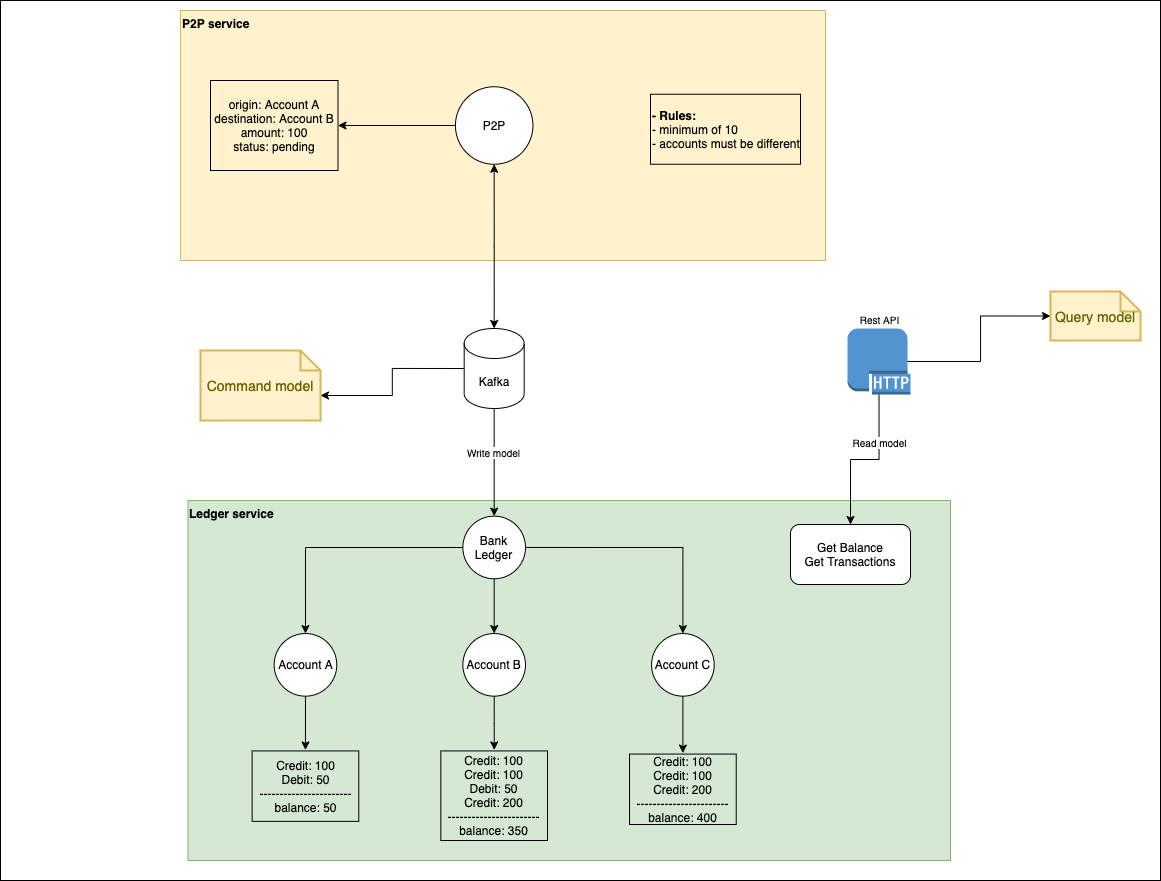
This is docs/architecture.png from emmanuelsilva/akka-money-transfer, a draw.io export, as it was before one commit. Source tidied: cells renumbered, new cells last; positions are measured from the earlier drawing's top-left corner, leaving out a move shared by most shapes. Its diagram source:
```xml
<mxGraphModel>
  <root>
    <mxCell id="0" />
    <mxCell id="1" parent="0" />
    <mxCell id="2" style="rounded=0;whiteSpace=wrap;html=1;fontSize=10;align=left;" parent="1" vertex="1">
      <mxGeometry width="1160" height="880" as="geometry" />
    </mxCell>
    <mxCell id="3" style="group;align=left;" parent="1" vertex="1">
      <mxGeometry x="180" y="10" width="645" height="250" as="geometry" />
    </mxCell>
    <mxCell id="4" value="&lt;b&gt;P2P service&lt;/b&gt;" style="rounded=0;whiteSpace=wrap;html=1;strokeColor=#d6b656;fillColor=#fff2cc;align=left;verticalAlign=top;" parent="3" vertex="1">
      <mxGeometry width="645" height="250" as="geometry" />
    </mxCell>
    <mxCell id="5" style="edgeStyle=orthogonalEdgeStyle;rounded=0;jettySize=auto;html=1;startArrow=none;startFill=0;endArrow=classic;endFill=1;" parent="3" edge="1" source="6" target="7">
      <mxGeometry relative="1" as="geometry" />
    </mxCell>
    <mxCell id="6" value="P2P" style="ellipse;whiteSpace=wrap;html=1;strokeColor=#000000;" parent="3" vertex="1">
      <mxGeometry x="274.9" y="76.2" width="77.5" height="77.5" as="geometry" />
    </mxCell>
    <mxCell id="7" value="origin: Account A&lt;br&gt;destination: Account B&lt;br&gt;amount: 100&lt;br&gt;status: pending" style="text;html=1;fillColor=none;align=center;verticalAlign=middle;whiteSpace=wrap;rounded=0;strokeColor=#000000;" parent="3" vertex="1">
      <mxGeometry x="30" y="70" width="127.5" height="90" as="geometry" />
    </mxCell>
    <mxCell id="8" value="&lt;b&gt;- Rules:&lt;/b&gt;&lt;br&gt;- minimum of 10&lt;br&gt;- accounts must be different" style="text;html=1;fillColor=none;align=left;verticalAlign=middle;whiteSpace=wrap;rounded=0;strokeColor=#000000;" parent="3" vertex="1">
      <mxGeometry x="470" y="83.8" width="150" height="70" as="geometry" />
    </mxCell>
    <mxCell id="9" value="&lt;b&gt;Ledger service&lt;/b&gt;" style="rounded=0;whiteSpace=wrap;html=1;strokeColor=#82b366;fillColor=#d5e8d4;align=left;horizontal=1;verticalAlign=top;" parent="1" vertex="1">
      <mxGeometry x="187.5" y="500" width="762.5" height="360" as="geometry" />
    </mxCell>
    <mxCell id="10" value="Bank Ledger" style="ellipse;whiteSpace=wrap;html=1;" parent="1" vertex="1">
      <mxGeometry x="462.4" y="515.7" width="62.6" height="62.6" as="geometry" />
    </mxCell>
    <mxCell id="11" value="Account A" style="ellipse;whiteSpace=wrap;html=1;" parent="1" vertex="1">
      <mxGeometry x="273.7" y="633" width="62.6" height="62.6" as="geometry" />
    </mxCell>
    <mxCell id="12" style="edgeStyle=orthogonalEdgeStyle;rounded=0;jettySize=auto;html=1;" parent="1" edge="1" source="10" target="11">
      <mxGeometry x="77.5" y="520" as="geometry" />
    </mxCell>
    <mxCell id="13" value="Account B" style="ellipse;whiteSpace=wrap;html=1;" parent="1" vertex="1">
      <mxGeometry x="462.4" y="633" width="62.6" height="62.6" as="geometry" />
    </mxCell>
    <mxCell id="14" style="edgeStyle=orthogonalEdgeStyle;rounded=0;jettySize=auto;html=1;" parent="1" edge="1" source="10" target="13">
      <mxGeometry x="77.5" y="520" as="geometry" />
    </mxCell>
    <mxCell id="15" value="Account C" style="ellipse;whiteSpace=wrap;html=1;" parent="1" vertex="1">
      <mxGeometry x="651.1" y="633" width="62.6" height="62.6" as="geometry" />
    </mxCell>
    <mxCell id="16" style="edgeStyle=orthogonalEdgeStyle;rounded=0;jettySize=auto;html=1;exitX=1;exitY=0.5;exitDx=0;exitDy=0;" parent="1" edge="1" source="10" target="15">
      <mxGeometry x="77.5" y="520" as="geometry" />
    </mxCell>
    <mxCell id="17" value="Credit: 100&lt;br&gt;Debit: 50&lt;br&gt;-----------------------&lt;br&gt;balance: 50" style="text;html=1;fillColor=none;align=center;verticalAlign=middle;whiteSpace=wrap;rounded=0;perimeterSpacing=1;strokeColor=#000000;" parent="1" vertex="1">
      <mxGeometry x="251.6" y="750.4" width="106.7" height="70.4" as="geometry" />
    </mxCell>
    <mxCell id="18" style="edgeStyle=orthogonalEdgeStyle;rounded=0;jettySize=auto;html=1;exitX=0.5;exitY=1;exitDx=0;exitDy=0;entryX=0.5;entryY=0;entryDx=0;entryDy=0;" parent="1" edge="1" source="11" target="17">
      <mxGeometry x="77.5" y="520" as="geometry" />
    </mxCell>
    <mxCell id="19" value="Credit: 100&lt;br&gt;Credit: 100&lt;br&gt;Debit: 50&lt;br&gt;Credit: 200&lt;br&gt;-----------------------&lt;br&gt;balance: 350" style="text;html=1;fillColor=none;align=center;verticalAlign=middle;whiteSpace=wrap;rounded=0;perimeterSpacing=1;strokeColor=#000000;" parent="1" vertex="1">
      <mxGeometry x="440.3" y="750.4" width="106.7" height="89.6" as="geometry" />
    </mxCell>
    <mxCell id="20" style="edgeStyle=orthogonalEdgeStyle;rounded=0;jettySize=auto;html=1;" parent="1" edge="1" source="13" target="19">
      <mxGeometry x="77.5" y="520" as="geometry" />
    </mxCell>
    <mxCell id="21" value="Credit: 100&lt;br&gt;Credit: 100&lt;br&gt;Credit: 200&lt;br&gt;-----------------------&lt;br&gt;balance: 400" style="text;html=1;fillColor=none;align=center;verticalAlign=middle;whiteSpace=wrap;rounded=0;perimeterSpacing=1;strokeColor=#000000;" parent="1" vertex="1">
      <mxGeometry x="629.1" y="753.6" width="106.7" height="70.4" as="geometry" />
    </mxCell>
    <mxCell id="22" style="edgeStyle=orthogonalEdgeStyle;rounded=0;jettySize=auto;html=1;exitX=0.5;exitY=1;exitDx=0;exitDy=0;entryX=0.5;entryY=0;entryDx=0;entryDy=0;" parent="1" edge="1" source="15" target="21">
      <mxGeometry x="77.5" y="520" as="geometry" />
    </mxCell>
    <mxCell id="23" value="Get Balance&lt;br&gt;Get Transactions" style="rounded=1;whiteSpace=wrap;html=1;" parent="1" vertex="1">
      <mxGeometry x="790" y="524" width="120" height="60" as="geometry" />
    </mxCell>
    <mxCell id="24" style="edgeStyle=orthogonalEdgeStyle;rounded=0;jettySize=auto;html=1;entryX=0.5;entryY=0;entryDx=0;entryDy=0;" parent="1" edge="1" source="26" target="10">
      <mxGeometry relative="1" as="geometry" />
    </mxCell>
    <mxCell id="25" value="Write model" style="edgeLabel;html=1;align=center;verticalAlign=middle;fontSize=10;" parent="24" vertex="1">
      <mxGeometry x="-0.18" y="-1" relative="1" as="geometry" />
    </mxCell>
    <mxCell id="26" value="Kafka" style="shape=cylinder3;whiteSpace=wrap;html=1;boundedLbl=1;backgroundOutline=1;size=15;" parent="1" vertex="1">
      <mxGeometry x="463.7" y="328" width="60" height="80" as="geometry" />
    </mxCell>
    <mxCell id="27" style="edgeStyle=orthogonalEdgeStyle;rounded=0;jettySize=auto;html=1;entryX=0.5;entryY=0;entryDx=0;entryDy=0;entryPerimeter=0;fontSize=10;startArrow=classic;startFill=1;" parent="1" edge="1" source="6" target="26">
      <mxGeometry relative="1" as="geometry" />
    </mxCell>
    <mxCell id="28" style="edgeStyle=orthogonalEdgeStyle;rounded=0;jettySize=auto;html=1;entryX=0.5;entryY=0;entryDx=0;entryDy=0;fontSize=10;" parent="1" edge="1" source="30" target="23">
      <mxGeometry relative="1" as="geometry" />
    </mxCell>
    <mxCell id="29" value="Read model" style="edgeLabel;html=1;align=center;verticalAlign=middle;fontSize=10;" parent="28" vertex="1">
      <mxGeometry x="-0.41" relative="1" as="geometry" />
    </mxCell>
    <mxCell id="30" value="Rest API" style="outlineConnect=0;dashed=0;verticalLabelPosition=top;verticalAlign=bottom;align=center;html=1;shape=mxgraph.aws3.http_protocol;fillColor=#5294CF;gradientColor=none;fontSize=10;labelPosition=center;" parent="1" vertex="1">
      <mxGeometry x="847" y="328" width="63" height="66" as="geometry" />
    </mxCell>
    <mxCell id="31" style="edgeStyle=orthogonalEdgeStyle;rounded=0;jettySize=auto;html=1;exitX=0;exitY=0.5;exitDx=0;exitDy=0;exitPerimeter=0;entryX=0.95;entryY=0.5;entryDx=0;entryDy=0;entryPerimeter=0;startArrow=classic;startFill=1;fontSize=10;endArrow=none;endFill=0;" parent="1" edge="1" source="32" target="30">
      <mxGeometry relative="1" as="geometry" />
    </mxCell>
    <mxCell id="32" value="Query model" style="shape=note;strokeWidth=2;fontSize=14;size=20;whiteSpace=wrap;html=1;fillColor=#fff2cc;strokeColor=#d6b656;fontColor=#666600;align=center;" parent="1" vertex="1">
      <mxGeometry x="1050" y="291" width="90" height="49" as="geometry" />
    </mxCell>
    <mxCell id="33" style="edgeStyle=orthogonalEdgeStyle;rounded=0;jettySize=auto;html=1;exitX=0;exitY=0;exitDx=120;exitDy=45;exitPerimeter=0;entryX=0;entryY=0.5;entryDx=0;entryDy=0;entryPerimeter=0;startArrow=classic;startFill=1;endArrow=none;endFill=0;fontSize=10;" parent="1" edge="1" source="34" target="26">
      <mxGeometry relative="1" as="geometry" />
    </mxCell>
    <mxCell id="34" value="Command model" style="shape=note;strokeWidth=2;fontSize=14;size=20;whiteSpace=wrap;html=1;fillColor=#fff2cc;strokeColor=#d6b656;fontColor=#666600;align=center;" parent="1" vertex="1">
      <mxGeometry x="200" y="350" width="120" height="70" as="geometry" />
    </mxCell>
  </root>
</mxGraphModel>
```
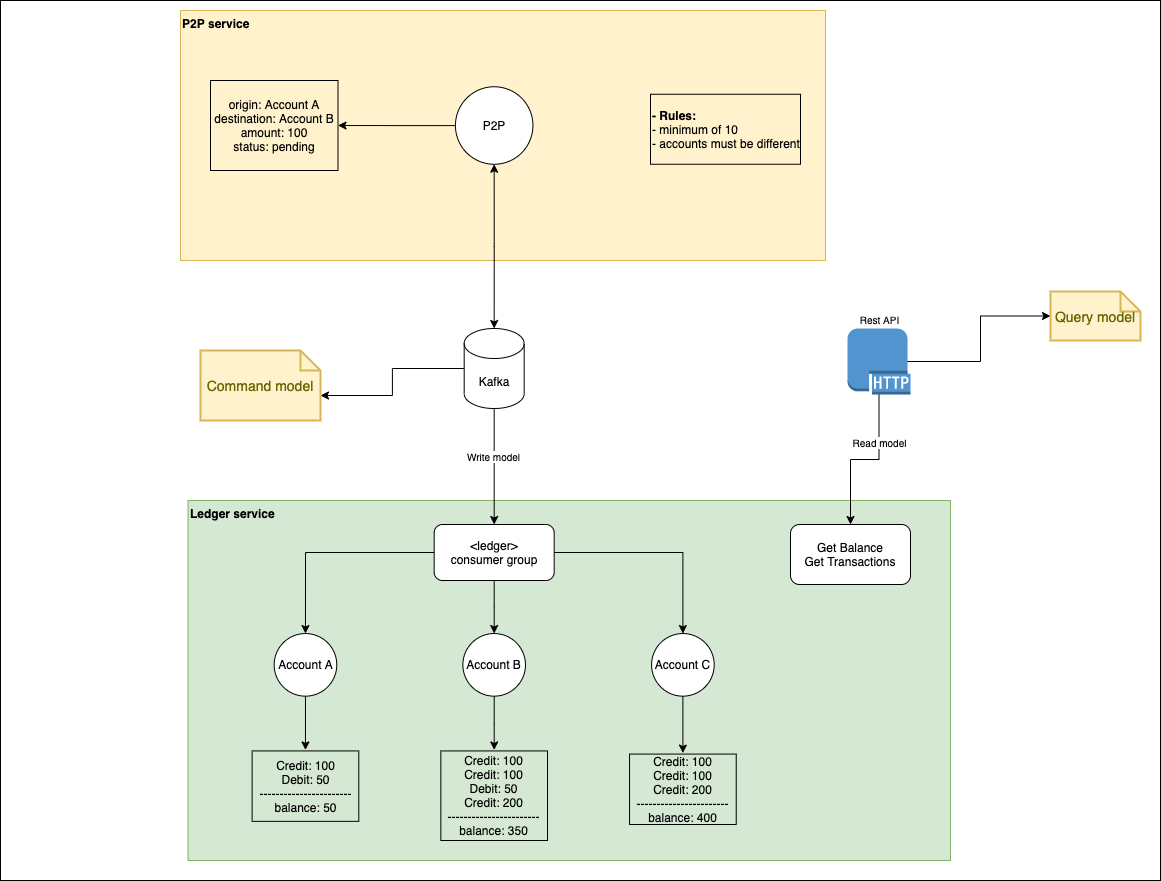
Above is the later version.

Commit message:
Update the architecture diagram to remove bank actor in the ledger service

Diff of the diagram source:
```diff
@@ -26,25 +26,24 @@
     <mxCell id="9" value="&lt;b&gt;Ledger service&lt;/b&gt;" style="rounded=0;whiteSpace=wrap;html=1;strokeColor=#82b366;fillColor=#d5e8d4;align=left;horizontal=1;verticalAlign=top;" parent="1" vertex="1">
       <mxGeometry x="187.5" y="500" width="762.5" height="360" as="geometry" />
     </mxCell>
-    <mxCell id="10" value="Bank Ledger" style="ellipse;whiteSpace=wrap;html=1;" parent="1" vertex="1">
-      <mxGeometry x="462.4" y="515.7" width="62.6" height="62.6" as="geometry" />
-    </mxCell>
     <mxCell id="11" value="Account A" style="ellipse;whiteSpace=wrap;html=1;" parent="1" vertex="1">
       <mxGeometry x="273.7" y="633" width="62.6" height="62.6" as="geometry" />
     </mxCell>
-    <mxCell id="12" style="edgeStyle=orthogonalEdgeStyle;rounded=0;jettySize=auto;html=1;" parent="1" edge="1" source="10" target="11">
+    <mxCell id="12" style="edgeStyle=orthogonalEdgeStyle;rounded=0;jettySize=auto;html=1;exitX=0;exitY=0.5;exitDx=0;exitDy=0;" parent="1" edge="1" source="35" target="11">
       <mxGeometry x="77.5" y="520" as="geometry" />
     </mxCell>
     <mxCell id="13" value="Account B" style="ellipse;whiteSpace=wrap;html=1;" parent="1" vertex="1">
       <mxGeometry x="462.4" y="633" width="62.6" height="62.6" as="geometry" />
     </mxCell>
-    <mxCell id="14" style="edgeStyle=orthogonalEdgeStyle;rounded=0;jettySize=auto;html=1;" parent="1" edge="1" source="10" target="13">
-      <mxGeometry x="77.5" y="520" as="geometry" />
+    <mxCell id="14" style="edgeStyle=orthogonalEdgeStyle;rounded=0;jettySize=auto;html=1;" parent="1" edge="1" target="13">
+      <mxGeometry x="77.5" y="520" as="geometry">
+        <mxPoint x="493.7" y="578.3" as="sourcePoint" />
+      </mxGeometry>
     </mxCell>
     <mxCell id="15" value="Account C" style="ellipse;whiteSpace=wrap;html=1;" parent="1" vertex="1">
       <mxGeometry x="651.1" y="633" width="62.6" height="62.6" as="geometry" />
     </mxCell>
-    <mxCell id="16" style="edgeStyle=orthogonalEdgeStyle;rounded=0;jettySize=auto;html=1;exitX=1;exitY=0.5;exitDx=0;exitDy=0;" parent="1" edge="1" source="10" target="15">
+    <mxCell id="16" style="edgeStyle=orthogonalEdgeStyle;rounded=0;jettySize=auto;html=1;exitX=1;exitY=0.5;exitDx=0;exitDy=0;" parent="1" edge="1" source="35" target="15">
       <mxGeometry x="77.5" y="520" as="geometry" />
     </mxCell>
     <mxCell id="17" value="Credit: 100&lt;br&gt;Debit: 50&lt;br&gt;-----------------------&lt;br&gt;balance: 50" style="text;html=1;fillColor=none;align=center;verticalAlign=middle;whiteSpace=wrap;rounded=0;perimeterSpacing=1;strokeColor=#000000;" parent="1" vertex="1">
@@ -68,7 +67,7 @@
     <mxCell id="23" value="Get Balance&lt;br&gt;Get Transactions" style="rounded=1;whiteSpace=wrap;html=1;" parent="1" vertex="1">
       <mxGeometry x="790" y="524" width="120" height="60" as="geometry" />
     </mxCell>
-    <mxCell id="24" style="edgeStyle=orthogonalEdgeStyle;rounded=0;jettySize=auto;html=1;entryX=0.5;entryY=0;entryDx=0;entryDy=0;" parent="1" edge="1" source="26" target="10">
+    <mxCell id="24" style="edgeStyle=orthogonalEdgeStyle;rounded=0;jettySize=auto;html=1;entryX=0.5;entryY=0;entryDx=0;entryDy=0;" parent="1" edge="1" source="26" target="35">
       <mxGeometry relative="1" as="geometry" />
     </mxCell>
     <mxCell id="25" value="Write model" style="edgeLabel;html=1;align=center;verticalAlign=middle;fontSize=10;" parent="24" vertex="1">
@@ -101,5 +100,8 @@
     <mxCell id="34" value="Command model" style="shape=note;strokeWidth=2;fontSize=14;size=20;whiteSpace=wrap;html=1;fillColor=#fff2cc;strokeColor=#d6b656;fontColor=#666600;align=center;" parent="1" vertex="1">
       <mxGeometry x="200" y="350" width="120" height="70" as="geometry" />
     </mxCell>
+    <mxCell id="35" value="&amp;lt;ledger&amp;gt;&lt;br&gt;consumer group" style="rounded=1;whiteSpace=wrap;html=1;" parent="1" vertex="1">
+      <mxGeometry x="433.7" y="524" width="120" height="56" as="geometry" />
+    </mxCell>
   </root>
 </mxGraphModel>
```
